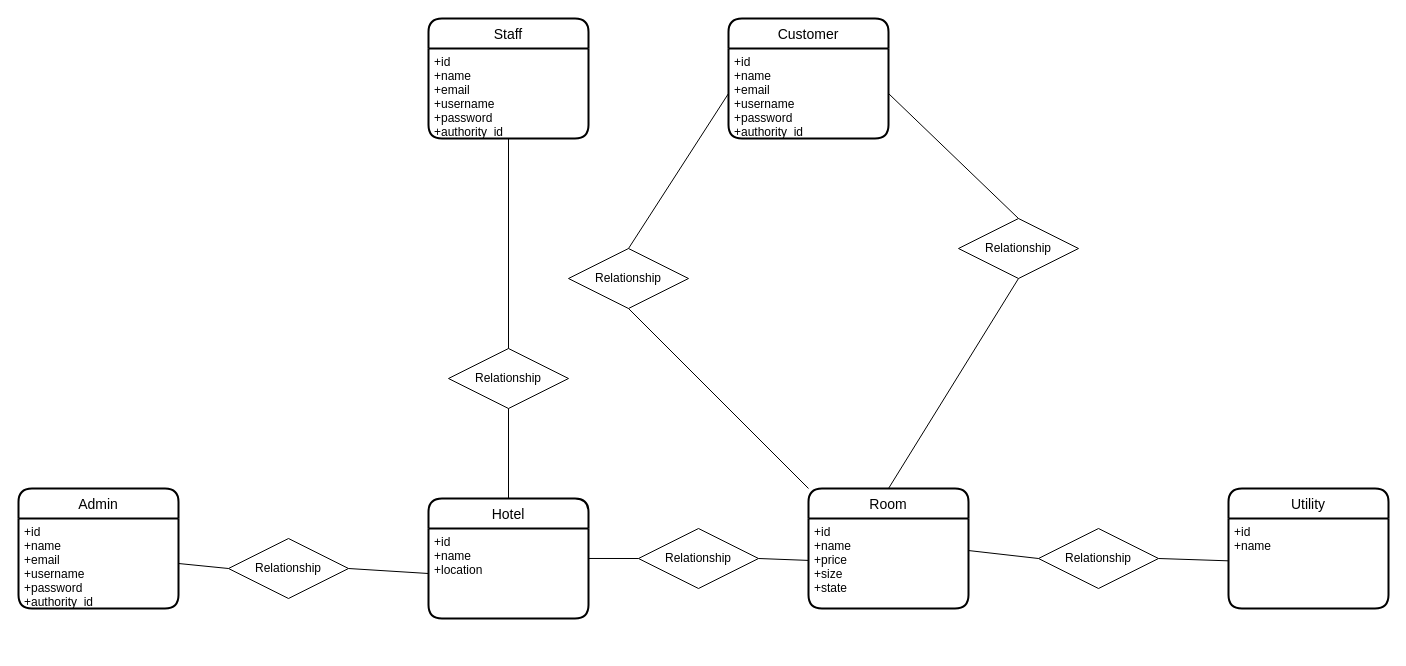
Above: Entity.drawio in KIT2022G2/Project_Hotel_G2 (draw.io), before the change. Source tidied: cells renumbered, new cells numbered last; positions are measured from the earlier drawing's top-left corner, leaving out a move shared by most shapes. Both pictures are drawn from the tidied source at 100%, with x=0, y=0 at pixel (18, 18).
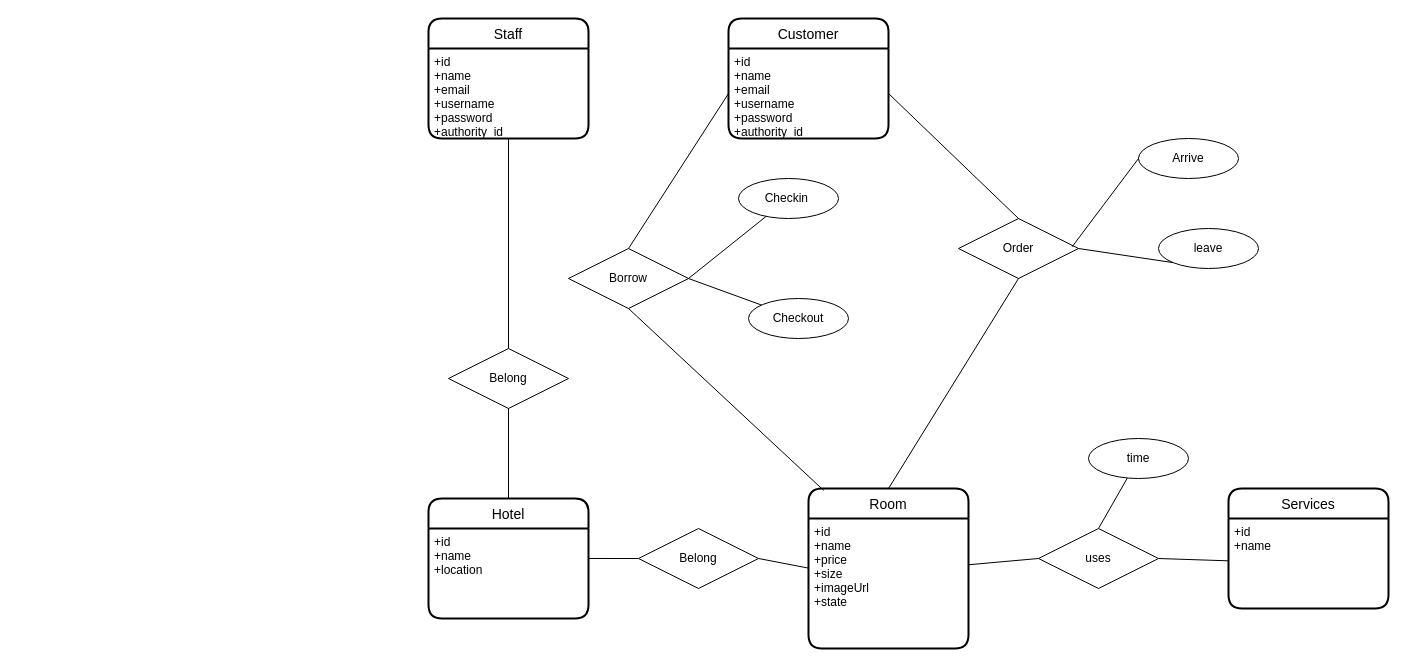
The same page after the edit.

Unchanged cells that the change refers to:
```xml
<mxCell id="5" value="+id&#10;+name&#10;+location" style="align=left;strokeColor=none;fillColor=none;spacingLeft=4;fontSize=12;verticalAlign=top;" parent="4" vertex="1">
  <mxGeometry y="30" width="160" height="90" as="geometry" />
</mxCell>
```

Change to the diagram source:
```diff
@@
     <mxCell id="6" value="Room" style="swimlane;horizontal=1;startSize=30;rounded=1;fontSize=14;fontStyle=0;strokeWidth=2;shadow=0;dashed=0;align=center;" parent="1" vertex="1">
-      <mxGeometry x="790" y="470" width="160" height="120" as="geometry" />
+      <mxGeometry x="790" y="470" width="160" height="160" as="geometry" />
     </mxCell>
-    <mxCell id="7" value="+id&#10;+name&#10;+price&#10;+size&#10;+state" style="align=left;strokeColor=none;fillColor=none;spacingLeft=4;fontSize=12;verticalAlign=top;" parent="6" vertex="1">
-      <mxGeometry y="30" width="160" height="90" as="geometry" />
+    <mxCell id="7" value="+id&#10;+name&#10;+price&#10;+size&#10;+imageUrl&#10;+state" style="align=left;strokeColor=none;fillColor=none;spacingLeft=4;fontSize=12;verticalAlign=top;" parent="6" vertex="1">
+      <mxGeometry y="30" width="160" height="130" as="geometry" />
     </mxCell>
-    <mxCell id="8" value="Utility" style="swimlane;horizontal=1;startSize=30;rounded=1;fontSize=14;fontStyle=0;strokeWidth=2;shadow=0;dashed=0;align=center;" parent="1" vertex="1">
+    <mxCell id="8" value="Services" style="swimlane;horizontal=1;startSize=30;rounded=1;fontSize=14;fontStyle=0;strokeWidth=2;shadow=0;dashed=0;align=center;" parent="1" vertex="1">
       <mxGeometry x="1210" y="470" width="160" height="120" as="geometry" />
     </mxCell>
@@
-    <mxCell id="10" value="Relationship" style="shape=rhombus;perimeter=rhombusPerimeter;whiteSpace=wrap;html=1;align=center;" parent="1" vertex="1">
+    <mxCell id="10" value="Belong" style="shape=rhombus;perimeter=rhombusPerimeter;whiteSpace=wrap;html=1;align=center;" parent="1" vertex="1">
       <mxGeometry x="620" y="510" width="120" height="60" as="geometry" />
     </mxCell>
@@
+    <mxCell id="32" style="edgeStyle=none;rounded=0;jettySize=auto;html=1;exitX=0.5;exitY=0;exitDx=0;exitDy=0;strokeWidth=1;endArrow=none;endFill=0;" parent="1" edge="1" source="14" target="41">
+      <mxGeometry relative="1" as="geometry" />
+    </mxCell>
-    <mxCell id="14" value="Relationship" style="shape=rhombus;perimeter=rhombusPerimeter;whiteSpace=wrap;html=1;align=center;" parent="1" vertex="1">
+    <mxCell id="14" value="uses" style="shape=rhombus;perimeter=rhombusPerimeter;whiteSpace=wrap;html=1;align=center;" parent="1" vertex="1">
       <mxGeometry x="1020" y="510" width="120" height="60" as="geometry" />
     </mxCell>
@@
-    <mxCell id="16" value="Relationship" style="shape=rhombus;perimeter=rhombusPerimeter;whiteSpace=wrap;html=1;align=center;" parent="1" vertex="1">
+    <mxCell id="16" value="Order" style="shape=rhombus;perimeter=rhombusPerimeter;whiteSpace=wrap;html=1;align=center;" parent="1" vertex="1">
       <mxGeometry x="940" y="200" width="120" height="60" as="geometry" />
     </mxCell>
-    <mxCell id="17" value="Admin" style="swimlane;horizontal=1;startSize=30;rounded=1;fontSize=14;fontStyle=0;strokeWidth=2;shadow=0;dashed=0;align=center;" parent="1" vertex="1">
-      <mxGeometry y="470" width="160" height="120" as="geometry" />
-    </mxCell>
-    <mxCell id="18" value="+id&#10;+name&#10;+email&#10;+username&#10;+password&#10;+authority_id" style="align=left;strokeColor=none;fillColor=none;spacingLeft=4;fontSize=12;verticalAlign=top;" parent="17" vertex="1">
-      <mxGeometry y="30" width="160" height="90" as="geometry" />
-    </mxCell>
@@
-    <mxCell id="22" value="Relationship" style="shape=rhombus;perimeter=rhombusPerimeter;whiteSpace=wrap;html=1;align=center;" parent="1" vertex="1">
-      <mxGeometry x="210" y="520" width="120" height="60" as="geometry" />
-    </mxCell>
-    <mxCell id="23" style="endArrow=none;html=1;rounded=0;strokeWidth=1;exitX=1;exitY=0.5;exitDx=0;exitDy=0;entryX=0;entryY=0.5;entryDx=0;entryDy=0;" parent="1" edge="1" source="18" target="22">
-      <mxGeometry relative="1" as="geometry" />
-    </mxCell>
-    <mxCell id="24" style="endArrow=none;html=1;rounded=0;strokeWidth=1;exitX=1;exitY=0.5;exitDx=0;exitDy=0;entryX=0;entryY=0.5;entryDx=0;entryDy=0;" parent="1" edge="1" source="22" target="5">
-      <mxGeometry relative="1" as="geometry" />
-    </mxCell>
@@
-    <mxCell id="26" value="Relationship" style="shape=rhombus;perimeter=rhombusPerimeter;whiteSpace=wrap;html=1;align=center;" parent="1" vertex="1">
+    <mxCell id="26" value="Borrow" style="shape=rhombus;perimeter=rhombusPerimeter;whiteSpace=wrap;html=1;align=center;" parent="1" vertex="1">
       <mxGeometry x="550" y="230" width="120" height="60" as="geometry" />
     </mxCell>
@@
-    <mxCell id="28" style="endArrow=none;html=1;rounded=0;strokeWidth=1;exitX=0.5;exitY=1;exitDx=0;exitDy=0;entryX=0;entryY=0;entryDx=0;entryDy=0;" parent="1" edge="1" source="26" target="6">
+    <mxCell id="28" style="endArrow=none;html=1;rounded=0;strokeWidth=1;exitX=0.5;exitY=1;exitDx=0;exitDy=0;entryX=0.095;entryY=0.012;entryDx=0;entryDy=0;entryPerimeter=0;" parent="1" edge="1" source="26" target="6">
       <mxGeometry relative="1" as="geometry" />
     </mxCell>
-    <mxCell id="29" value="Relationship" style="shape=rhombus;perimeter=rhombusPerimeter;whiteSpace=wrap;html=1;align=center;" parent="1" vertex="1">
+    <mxCell id="29" value="Belong" style="shape=rhombus;perimeter=rhombusPerimeter;whiteSpace=wrap;html=1;align=center;" parent="1" vertex="1">
       <mxGeometry x="430" y="330" width="120" height="60" as="geometry" />
     </mxCell>
@@
+    <mxCell id="33" value="leave" style="ellipse;whiteSpace=wrap;html=1;align=center;" parent="1" vertex="1">
+      <mxGeometry x="1140" y="210" width="100" height="40" as="geometry" />
+    </mxCell>
+    <mxCell id="34" style="endArrow=none;html=1;rounded=0;strokeWidth=1;exitX=0;exitY=1;exitDx=0;exitDy=0;entryX=1;entryY=0.5;entryDx=0;entryDy=0;" parent="1" edge="1" source="33" target="16">
+      <mxGeometry relative="1" as="geometry" />
+    </mxCell>
+    <mxCell id="35" value="Arrive" style="ellipse;whiteSpace=wrap;html=1;align=center;" parent="1" vertex="1">
+      <mxGeometry x="1120" y="120" width="100" height="40" as="geometry" />
+    </mxCell>
+    <mxCell id="36" style="endArrow=none;html=1;rounded=0;strokeWidth=1;exitX=0.946;exitY=0.473;exitDx=0;exitDy=0;entryX=0;entryY=0.5;entryDx=0;entryDy=0;exitPerimeter=0;" parent="1" edge="1" source="16" target="35">
+      <mxGeometry relative="1" as="geometry" />
+    </mxCell>
+    <mxCell id="37" value="Checkin&amp;nbsp;" style="ellipse;whiteSpace=wrap;html=1;align=center;" parent="1" vertex="1">
+      <mxGeometry x="720" y="160" width="100" height="40" as="geometry" />
+    </mxCell>
+    <mxCell id="38" value="Checkout" style="ellipse;whiteSpace=wrap;html=1;align=center;" parent="1" vertex="1">
+      <mxGeometry x="730" y="280" width="100" height="40" as="geometry" />
+    </mxCell>
+    <mxCell id="39" style="endArrow=none;html=1;rounded=0;strokeWidth=1;entryX=1;entryY=0.5;entryDx=0;entryDy=0;" parent="1" edge="1" source="37" target="26">
+      <mxGeometry relative="1" as="geometry" />
+    </mxCell>
+    <mxCell id="40" style="endArrow=none;html=1;rounded=0;strokeWidth=1;entryX=1;entryY=0.5;entryDx=0;entryDy=0;" parent="1" edge="1" source="38" target="26">
+      <mxGeometry relative="1" as="geometry" />
+    </mxCell>
+    <mxCell id="41" value="time" style="ellipse;whiteSpace=wrap;html=1;align=center;" parent="1" vertex="1">
+      <mxGeometry x="1070" y="420" width="100" height="40" as="geometry" />
+    </mxCell>
```
